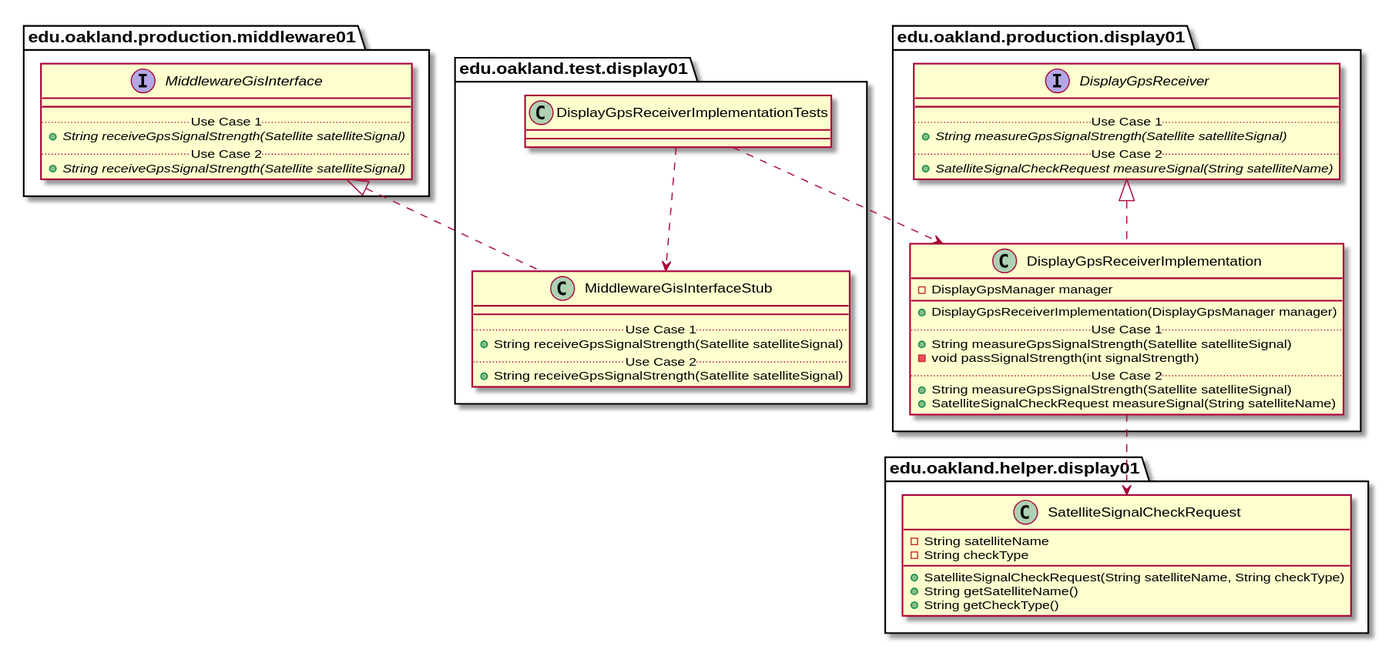
Earlier version of the PlantUML export docs/uml-class-diagrams/display01/test/DisplayGpsReceiverImplementationTests/DisplayGpsReceiverImplementationTests_Closure.svg (andrewdimmer/csi-3370-software-project).
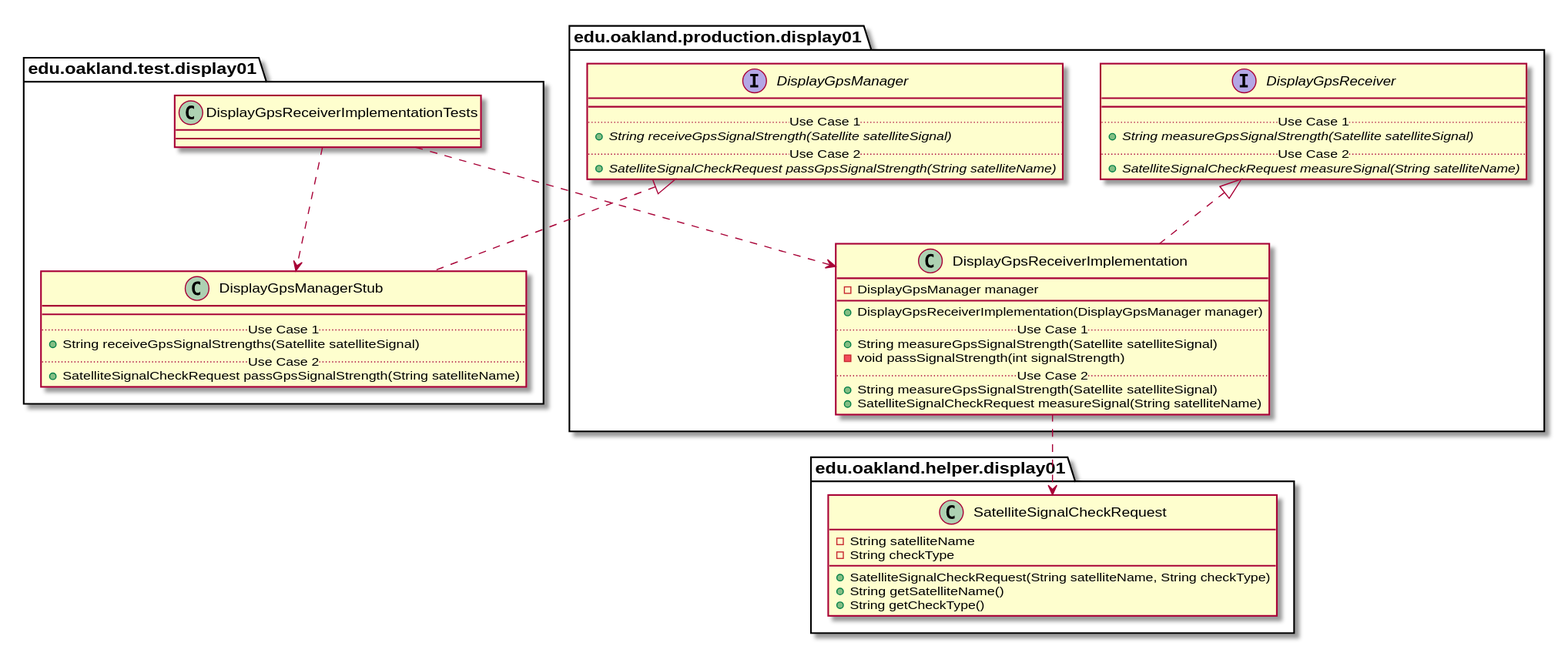
Later version of the same file.

What changed in the source:
```diff
@@ -11,12 +11,25 @@
 
 
 package edu.oakland.test.display01 {
-    class MiddlewareGisInterfaceStub {
+    class DisplayGpsManagerStub {
         __
         .. Use Case 1 ..
-        + String receiveGpsSignalStrength(Satellite satelliteSignal)
+        + String receiveGpsSignalStrengths(Satellite satelliteSignal)
         .. Use Case 2 ..
-        + String receiveGpsSignalStrength(Satellite satelliteSignal)
+        + SatelliteSignalCheckRequest passGpsSignalStrength(String satelliteName)
+    }
+}
+
+
+
+
+package edu.oakland.production.display01 {
+    interface DisplayGpsManager {
+        __
+        .. Use Case 1 ..
+        {abstract} + String receiveGpsSignalStrength(Satellite satelliteSignal)
+        .. Use Case 2 ..
+        {abstract} + SatelliteSignalCheckRequest passGpsSignalStrength(String satelliteName)
     }
 }
 
@@ -25,24 +38,11 @@
 
 
 
-package edu.oakland.production.middleware01 {
-    interface MiddlewareGisInterface {
-        __
-        .. Use Case 1 ..
-        {abstract} + String receiveGpsSignalStrength(Satellite satelliteSignal)
-        .. Use Case 2 ..
-        {abstract} + String receiveGpsSignalStrength(Satellite satelliteSignal)
-    }
-}
+DisplayGpsManagerStub .up.|> DisplayGpsManager
 
 
 
-
-
-
-MiddlewareGisInterfaceStub .up.|> MiddlewareGisInterface
-
-DisplayGpsReceiverImplementationTests ..> MiddlewareGisInterfaceStub
+DisplayGpsReceiverImplementationTests ..> DisplayGpsManagerStub
 
 
 
```
